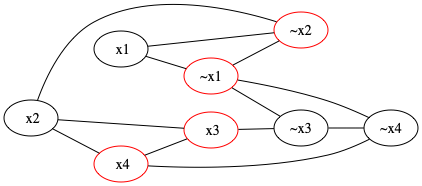
Above: slides.png in AndrewHarrisSPU/satset (Graphviz), before the change. Its source is kept beside it as slides.dot. Source of this version:
```dot
strict graph {
	rankdir = LR;
	node [ color = black ] " x1"
	node [ color = red ] "~x1"
	node [ color = red ] "~x2"
	node [ color = red ] " x3"
	node [ color = black ] " x2"
	node [ color = red ] " x4"
	node [ color = red ] "~x1"
	node [ color = black ] "~x3"
	node [ color = black ] "~x4"
	" x1" -- "~x1"
	"~x1" -- "~x2"
	"~x2" -- " x1"
	" x3" -- " x2"
	" x2" -- " x4"
	" x4" -- " x3"
	"~x1" -- "~x3"
	"~x3" -- "~x4"
	"~x4" -- "~x1"
	" x1" -- "~x1"
	" x2" -- "~x2"
	" x3" -- "~x3"
	" x4" -- "~x4"
}
```
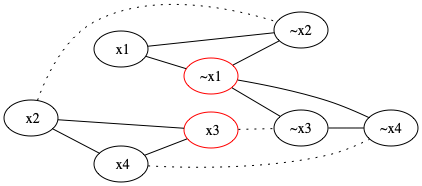
Later version of the same file.

Change to the diagram source:
```diff
@@ -1,25 +1,24 @@
 strict graph {
 	rankdir = LR;
-	node [ color = black ] " x1"
-	node [ color = red ] "~x1"
-	node [ color = red ] "~x2"
-	node [ color = red ] " x3"
-	node [ color = black ] " x2"
-	node [ color = red ] " x4"
-	node [ color = red ] "~x1"
-	node [ color = black ] "~x3"
-	node [ color = black ] "~x4"
+	node [ color = black    ] " x1"
+	node [ color = red    ] "~x1"
+	node [ color = black    ] "~x2"
 	" x1" -- "~x1"
 	"~x1" -- "~x2"
 	"~x2" -- " x1"
+	node [ color = red    ] " x3"
+	node [ color = black    ] " x2"
+	node [ color = black    ] " x4"
 	" x3" -- " x2"
 	" x2" -- " x4"
 	" x4" -- " x3"
+	node [ color = red    ] "~x1"
+	node [ color = black    ] "~x3"
+	node [ color = black    ] "~x4"
 	"~x1" -- "~x3"
 	"~x3" -- "~x4"
 	"~x4" -- "~x1"
-	" x1" -- "~x1"
-	" x2" -- "~x2"
-	" x3" -- "~x3"
-	" x4" -- "~x4"
+	" x4" -- "~x4" [ style = dotted ]
+	" x2" -- "~x2" [ style = dotted ]
+	" x3" -- "~x3" [ style = dotted ]
 }
```
